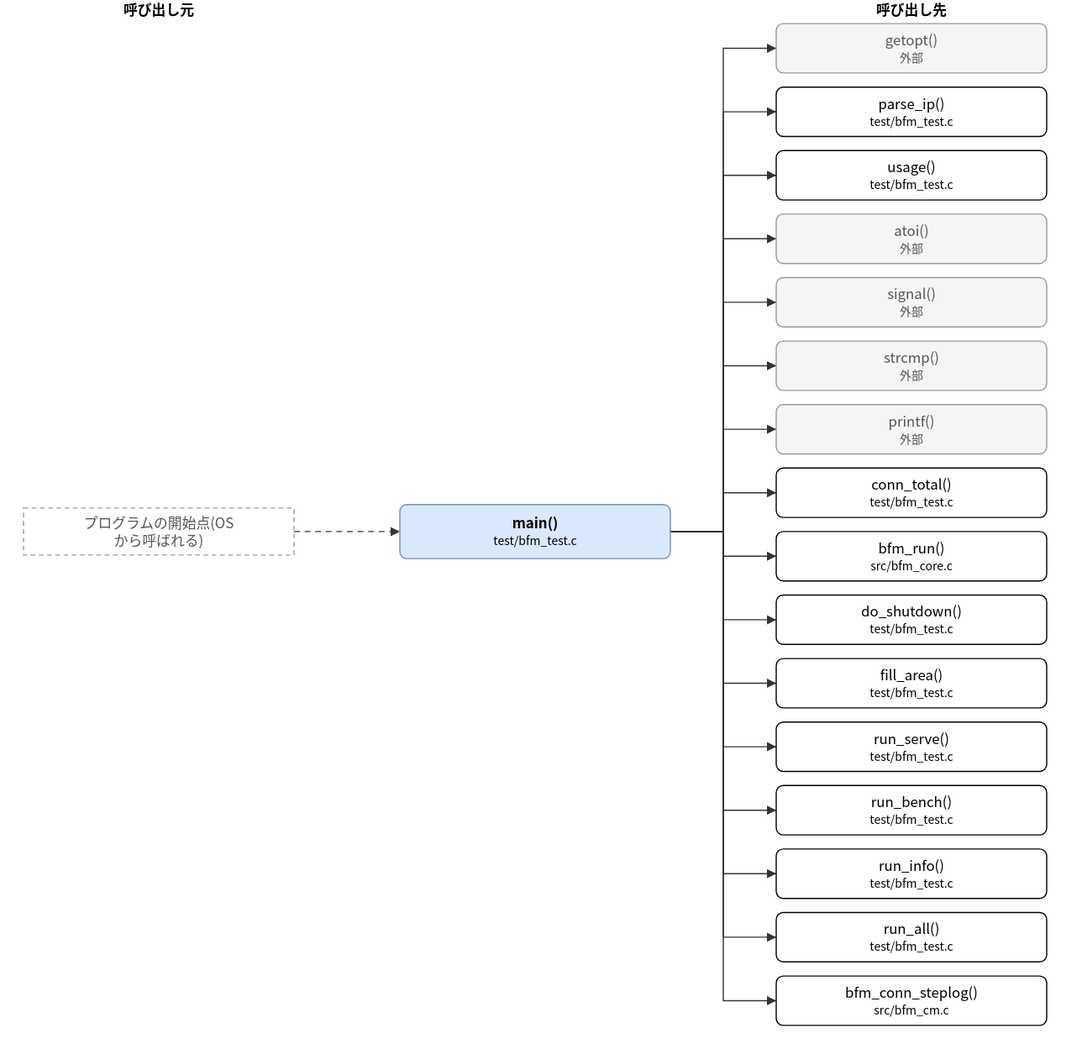
hf355051012-ai/bfmem keeps this draw.io diagram as doc/spec/images/call_test_bfm_test-main.drawio.svg. Above is the earlier version. Source tidied: cells renumbered, new cells last; positions are measured from the earlier drawing's top-left corner, leaving out a move shared by most shapes.
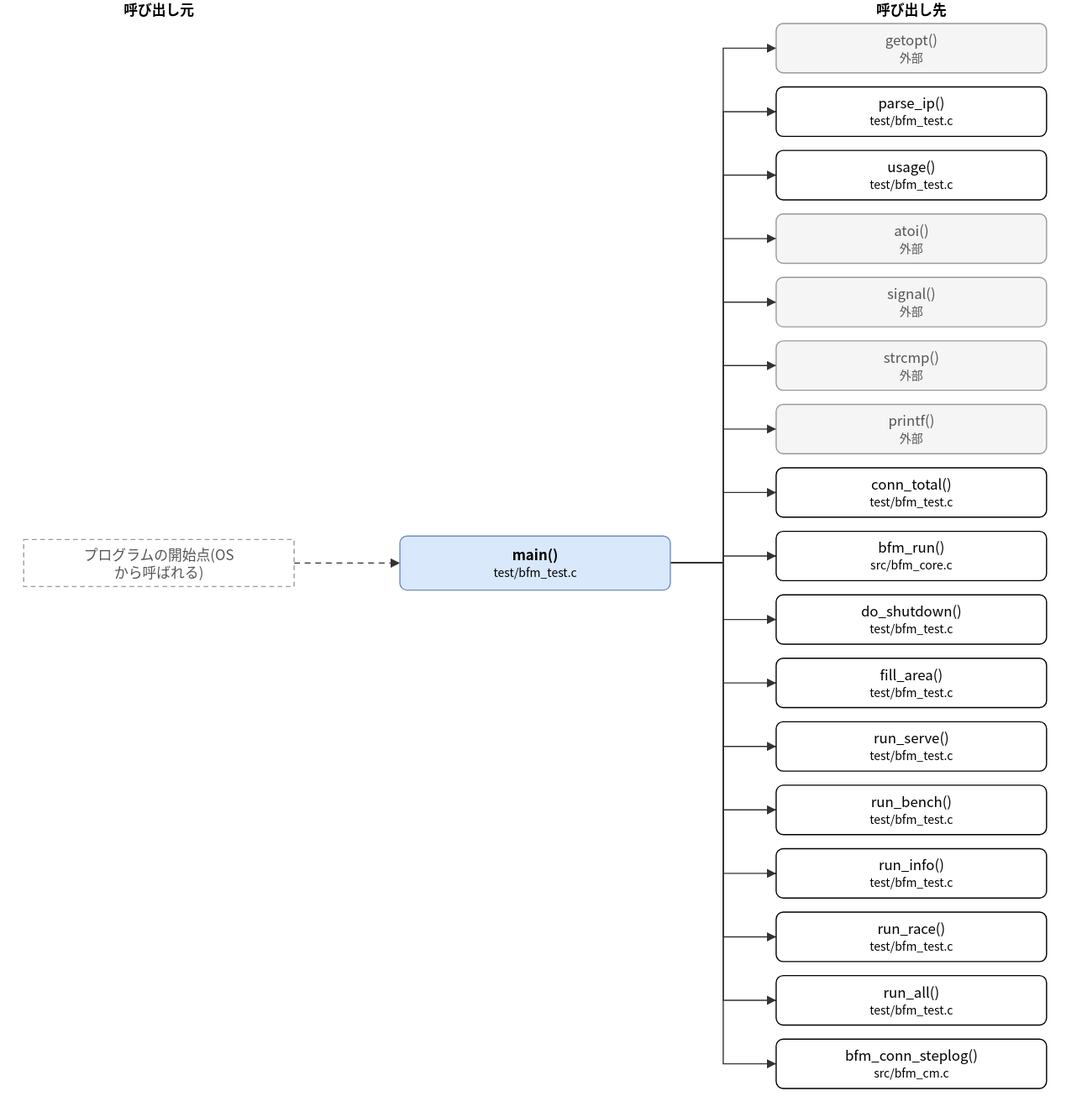
Later version of the same file.

The edit, as a diff of the source:
```diff
@@ -3,7 +3,7 @@
     <mxCell id="0" />
     <mxCell id="1" parent="0" />
     <mxCell id="2" value="main()&lt;br&gt;&lt;font style=&quot;font-size:10px&quot;&gt;test/bfm_test.c&lt;/font&gt;" style="rounded=1;whiteSpace=wrap;html=1;fillColor=#dae8fc;strokeColor=#6c8ebf;fontStyle=1;" parent="1" vertex="1">
-      <mxGeometry x="320" y="429" width="230" height="46" as="geometry" />
+      <mxGeometry x="320" y="456" width="230" height="46" as="geometry" />
     </mxCell>
     <mxCell id="3" value="getopt()&lt;br&gt;&lt;font style=&quot;font-size:10px&quot;&gt;外部&lt;/font&gt;" style="rounded=1;whiteSpace=wrap;html=1;fillColor=#f5f5f5;strokeColor=#999999;fontColor=#555555;" parent="1" vertex="1">
       <mxGeometry x="640" y="20" width="230" height="42" as="geometry" />
@@ -47,19 +47,22 @@
     <mxCell id="16" value="run_info()&lt;br&gt;&lt;font style=&quot;font-size:10px&quot;&gt;test/bfm_test.c&lt;/font&gt;" style="rounded=1;whiteSpace=wrap;html=1;" parent="1" vertex="1">
       <mxGeometry x="640" y="722" width="230" height="42" as="geometry" />
     </mxCell>
-    <mxCell id="17" value="run_all()&lt;br&gt;&lt;font style=&quot;font-size:10px&quot;&gt;test/bfm_test.c&lt;/font&gt;" style="rounded=1;whiteSpace=wrap;html=1;" parent="1" vertex="1">
+    <mxCell id="17" value="run_race()&lt;br&gt;&lt;font style=&quot;font-size:10px&quot;&gt;test/bfm_test.c&lt;/font&gt;" style="rounded=1;whiteSpace=wrap;html=1;" parent="1" vertex="1">
       <mxGeometry x="640" y="776" width="230" height="42" as="geometry" />
     </mxCell>
-    <mxCell id="18" value="bfm_conn_steplog()&lt;br&gt;&lt;font style=&quot;font-size:10px&quot;&gt;src/bfm_cm.c&lt;/font&gt;" style="rounded=1;whiteSpace=wrap;html=1;" parent="1" vertex="1">
+    <mxCell id="18" value="run_all()&lt;br&gt;&lt;font style=&quot;font-size:10px&quot;&gt;test/bfm_test.c&lt;/font&gt;" style="rounded=1;whiteSpace=wrap;html=1;" parent="1" vertex="1">
       <mxGeometry x="640" y="830" width="230" height="42" as="geometry" />
     </mxCell>
+    <mxCell id="39" value="bfm_conn_steplog()&lt;br&gt;&lt;font style=&quot;font-size:10px&quot;&gt;src/bfm_cm.c&lt;/font&gt;" style="rounded=1;whiteSpace=wrap;html=1;" parent="1" vertex="1">
+      <mxGeometry x="640" y="884" width="230" height="42" as="geometry" />
+    </mxCell>
     <mxCell id="19" value="プログラムの開始点(OS&lt;br&gt;から呼ばれる)" style="rounded=0;whiteSpace=wrap;html=1;dashed=1;strokeColor=#999999;fontColor=#555555;dashed=1;" parent="1" vertex="1">
-      <mxGeometry y="432" width="230" height="40" as="geometry" />
+      <mxGeometry y="459" width="230" height="40" as="geometry" />
     </mxCell>
     <mxCell id="20" style="edgeStyle=none;html=1;rounded=0;endArrow=block;endFill=1;exitX=1.0000;exitY=0.5000;exitDx=0;exitDy=0;exitPerimeter=0;entryX=0.0000;entryY=0.5000;entryDx=0;entryDy=0;entryPerimeter=0;" parent="1" edge="1" source="2" target="3">
       <mxGeometry relative="1" as="geometry">
         <Array as="points">
-          <mxPoint x="595" y="452" />
+          <mxPoint x="595" y="479" />
           <mxPoint x="595" y="41" />
         </Array>
       </mxGeometry>
@@ -67,7 +70,7 @@
     <mxCell id="21" style="edgeStyle=none;html=1;rounded=0;endArrow=block;endFill=1;exitX=1.0000;exitY=0.5000;exitDx=0;exitDy=0;exitPerimeter=0;entryX=0.0000;entryY=0.5000;entryDx=0;entryDy=0;entryPerimeter=0;" parent="1" edge="1" source="2" target="4">
       <mxGeometry relative="1" as="geometry">
         <Array as="points">
-          <mxPoint x="595" y="452" />
+          <mxPoint x="595" y="479" />
           <mxPoint x="595" y="95" />
         </Array>
       </mxGeometry>
@@ -75,7 +78,7 @@
     <mxCell id="22" style="edgeStyle=none;html=1;rounded=0;endArrow=block;endFill=1;exitX=1.0000;exitY=0.5000;exitDx=0;exitDy=0;exitPerimeter=0;entryX=0.0000;entryY=0.5000;entryDx=0;entryDy=0;entryPerimeter=0;" parent="1" edge="1" source="2" target="5">
       <mxGeometry relative="1" as="geometry">
         <Array as="points">
-          <mxPoint x="595" y="452" />
+          <mxPoint x="595" y="479" />
           <mxPoint x="595" y="149" />
         </Array>
       </mxGeometry>
@@ -83,7 +86,7 @@
     <mxCell id="23" style="edgeStyle=none;html=1;rounded=0;endArrow=block;endFill=1;exitX=1.0000;exitY=0.5000;exitDx=0;exitDy=0;exitPerimeter=0;entryX=0.0000;entryY=0.5000;entryDx=0;entryDy=0;entryPerimeter=0;" parent="1" edge="1" source="2" target="6">
       <mxGeometry relative="1" as="geometry">
         <Array as="points">
-          <mxPoint x="595" y="452" />
+          <mxPoint x="595" y="479" />
           <mxPoint x="595" y="203" />
         </Array>
       </mxGeometry>
@@ -91,7 +94,7 @@
     <mxCell id="24" style="edgeStyle=none;html=1;rounded=0;endArrow=block;endFill=1;exitX=1.0000;exitY=0.5000;exitDx=0;exitDy=0;exitPerimeter=0;entryX=0.0000;entryY=0.5000;entryDx=0;entryDy=0;entryPerimeter=0;" parent="1" edge="1" source="2" target="7">
       <mxGeometry relative="1" as="geometry">
         <Array as="points">
-          <mxPoint x="595" y="452" />
+          <mxPoint x="595" y="479" />
           <mxPoint x="595" y="257" />
         </Array>
       </mxGeometry>
@@ -99,7 +102,7 @@
     <mxCell id="25" style="edgeStyle=none;html=1;rounded=0;endArrow=block;endFill=1;exitX=1.0000;exitY=0.5000;exitDx=0;exitDy=0;exitPerimeter=0;entryX=0.0000;entryY=0.5000;entryDx=0;entryDy=0;entryPerimeter=0;" parent="1" edge="1" source="2" target="8">
       <mxGeometry relative="1" as="geometry">
         <Array as="points">
-          <mxPoint x="595" y="452" />
+          <mxPoint x="595" y="479" />
           <mxPoint x="595" y="311" />
         </Array>
       </mxGeometry>
@@ -107,7 +110,7 @@
     <mxCell id="26" style="edgeStyle=none;html=1;rounded=0;endArrow=block;endFill=1;exitX=1.0000;exitY=0.5000;exitDx=0;exitDy=0;exitPerimeter=0;entryX=0.0000;entryY=0.5000;entryDx=0;entryDy=0;entryPerimeter=0;" parent="1" edge="1" source="2" target="9">
       <mxGeometry relative="1" as="geometry">
         <Array as="points">
-          <mxPoint x="595" y="452" />
+          <mxPoint x="595" y="479" />
           <mxPoint x="595" y="365" />
         </Array>
       </mxGeometry>
@@ -115,7 +118,7 @@
     <mxCell id="27" style="edgeStyle=none;html=1;rounded=0;endArrow=block;endFill=1;exitX=1.0000;exitY=0.5000;exitDx=0;exitDy=0;exitPerimeter=0;entryX=0.0000;entryY=0.5000;entryDx=0;entryDy=0;entryPerimeter=0;" parent="1" edge="1" source="2" target="10">
       <mxGeometry relative="1" as="geometry">
         <Array as="points">
-          <mxPoint x="595" y="452" />
+          <mxPoint x="595" y="479" />
           <mxPoint x="595" y="419" />
         </Array>
       </mxGeometry>
@@ -123,7 +126,7 @@
     <mxCell id="28" style="edgeStyle=none;html=1;rounded=0;endArrow=block;endFill=1;exitX=1.0000;exitY=0.5000;exitDx=0;exitDy=0;exitPerimeter=0;entryX=0.0000;entryY=0.5000;entryDx=0;entryDy=0;entryPerimeter=0;" parent="1" edge="1" source="2" target="11">
       <mxGeometry relative="1" as="geometry">
         <Array as="points">
-          <mxPoint x="595" y="452" />
+          <mxPoint x="595" y="479" />
           <mxPoint x="595" y="473" />
         </Array>
       </mxGeometry>
@@ -131,7 +134,7 @@
     <mxCell id="29" style="edgeStyle=none;html=1;rounded=0;endArrow=block;endFill=1;exitX=1.0000;exitY=0.5000;exitDx=0;exitDy=0;exitPerimeter=0;entryX=0.0000;entryY=0.5000;entryDx=0;entryDy=0;entryPerimeter=0;" parent="1" edge="1" source="2" target="12">
       <mxGeometry relative="1" as="geometry">
         <Array as="points">
-          <mxPoint x="595" y="452" />
+          <mxPoint x="595" y="479" />
           <mxPoint x="595" y="527" />
         </Array>
       </mxGeometry>
@@ -139,7 +142,7 @@
     <mxCell id="30" style="edgeStyle=none;html=1;rounded=0;endArrow=block;endFill=1;exitX=1.0000;exitY=0.5000;exitDx=0;exitDy=0;exitPerimeter=0;entryX=0.0000;entryY=0.5000;entryDx=0;entryDy=0;entryPerimeter=0;" parent="1" edge="1" source="2" target="13">
       <mxGeometry relative="1" as="geometry">
         <Array as="points">
-          <mxPoint x="595" y="452" />
+          <mxPoint x="595" y="479" />
           <mxPoint x="595" y="581" />
         </Array>
       </mxGeometry>
@@ -147,7 +150,7 @@
     <mxCell id="31" style="edgeStyle=none;html=1;rounded=0;endArrow=block;endFill=1;exitX=1.0000;exitY=0.5000;exitDx=0;exitDy=0;exitPerimeter=0;entryX=0.0000;entryY=0.5000;entryDx=0;entryDy=0;entryPerimeter=0;" parent="1" edge="1" source="2" target="14">
       <mxGeometry relative="1" as="geometry">
         <Array as="points">
-          <mxPoint x="595" y="452" />
+          <mxPoint x="595" y="479" />
           <mxPoint x="595" y="635" />
         </Array>
       </mxGeometry>
@@ -155,7 +158,7 @@
     <mxCell id="32" style="edgeStyle=none;html=1;rounded=0;endArrow=block;endFill=1;exitX=1.0000;exitY=0.5000;exitDx=0;exitDy=0;exitPerimeter=0;entryX=0.0000;entryY=0.5000;entryDx=0;entryDy=0;entryPerimeter=0;" parent="1" edge="1" source="2" target="15">
       <mxGeometry relative="1" as="geometry">
         <Array as="points">
-          <mxPoint x="595" y="452" />
+          <mxPoint x="595" y="479" />
           <mxPoint x="595" y="689" />
         </Array>
       </mxGeometry>
@@ -163,7 +166,7 @@
     <mxCell id="33" style="edgeStyle=none;html=1;rounded=0;endArrow=block;endFill=1;exitX=1.0000;exitY=0.5000;exitDx=0;exitDy=0;exitPerimeter=0;entryX=0.0000;entryY=0.5000;entryDx=0;entryDy=0;entryPerimeter=0;" parent="1" edge="1" source="2" target="16">
       <mxGeometry relative="1" as="geometry">
         <Array as="points">
-          <mxPoint x="595" y="452" />
+          <mxPoint x="595" y="479" />
           <mxPoint x="595" y="743" />
         </Array>
       </mxGeometry>
@@ -171,7 +174,7 @@
     <mxCell id="34" style="edgeStyle=none;html=1;rounded=0;endArrow=block;endFill=1;exitX=1.0000;exitY=0.5000;exitDx=0;exitDy=0;exitPerimeter=0;entryX=0.0000;entryY=0.5000;entryDx=0;entryDy=0;entryPerimeter=0;" parent="1" edge="1" source="2" target="17">
       <mxGeometry relative="1" as="geometry">
         <Array as="points">
-          <mxPoint x="595" y="452" />
+          <mxPoint x="595" y="479" />
           <mxPoint x="595" y="797" />
         </Array>
       </mxGeometry>
@@ -179,14 +182,22 @@
     <mxCell id="35" style="edgeStyle=none;html=1;rounded=0;endArrow=block;endFill=1;exitX=1.0000;exitY=0.5000;exitDx=0;exitDy=0;exitPerimeter=0;entryX=0.0000;entryY=0.5000;entryDx=0;entryDy=0;entryPerimeter=0;" parent="1" edge="1" source="2" target="18">
       <mxGeometry relative="1" as="geometry">
         <Array as="points">
-          <mxPoint x="595" y="452" />
+          <mxPoint x="595" y="479" />
           <mxPoint x="595" y="851" />
         </Array>
       </mxGeometry>
     </mxCell>
-    <mxCell id="36" style="edgeStyle=none;html=1;rounded=0;endArrow=block;endFill=1;exitX=1.0000;exitY=0.5000;exitDx=0;exitDy=0;exitPerimeter=0;entryX=0.0000;entryY=0.5000;entryDx=0;entryDy=0;entryPerimeter=0;dashed=1;" parent="1" edge="1" source="19" target="2">
-      <mxGeometry relative="1" as="geometry" />
+    <mxCell id="36" style="edgeStyle=none;html=1;rounded=0;endArrow=block;endFill=1;exitX=1.0000;exitY=0.5000;exitDx=0;exitDy=0;exitPerimeter=0;entryX=0.0000;entryY=0.5000;entryDx=0;entryDy=0;entryPerimeter=0;" parent="1" edge="1" source="2" target="39">
+      <mxGeometry relative="1" as="geometry">
+        <Array as="points">
+          <mxPoint x="595" y="479" />
+          <mxPoint x="595" y="905" />
+        </Array>
+      </mxGeometry>
     </mxCell>
+    <mxCell id="40" style="edgeStyle=none;html=1;rounded=0;endArrow=block;endFill=1;exitX=1.0000;exitY=0.5000;exitDx=0;exitDy=0;exitPerimeter=0;entryX=0.0000;entryY=0.5000;entryDx=0;entryDy=0;entryPerimeter=0;dashed=1;" parent="1" edge="1" source="19" target="2">
+      <mxGeometry relative="1" as="geometry" />
+    </mxCell>
     <mxCell id="37" value="呼び出し元" style="text;html=1;align=center;fontStyle=1;" parent="1" vertex="1">
       <mxGeometry x="35" width="160" height="18" as="geometry" />
     </mxCell>
```
